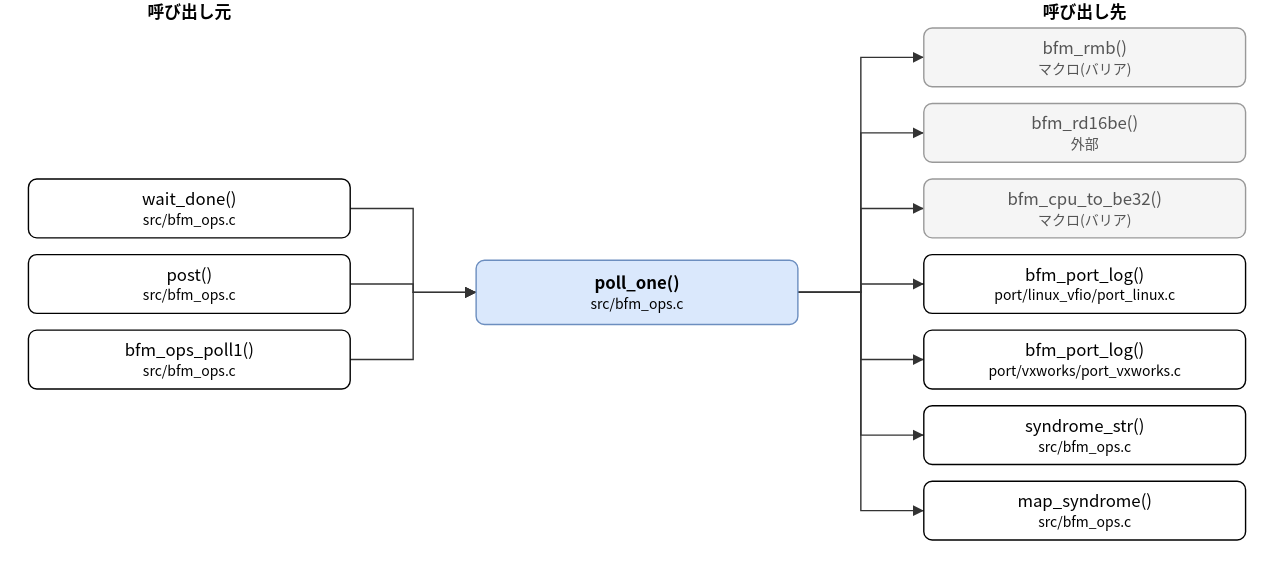
Above: doc/spec/images/call_src_bfm_ops-poll_one.drawio.svg in hf355051012-ai/bfmem (draw.io), before the change. Source tidied: cells renumbered, new cells last; positions are measured from the earlier drawing's top-left corner, leaving out a move shared by most shapes. The source it was exported from:
```xml
<mxGraphModel>
  <root>
    <mxCell id="0" />
    <mxCell id="1" parent="0" />
    <mxCell id="2" value="poll_one()&lt;br&gt;&lt;font style=&quot;font-size:10px&quot;&gt;src/bfm_ops.c&lt;/font&gt;" style="rounded=1;whiteSpace=wrap;html=1;fillColor=#dae8fc;strokeColor=#6c8ebf;fontStyle=1;" parent="1" vertex="1">
      <mxGeometry x="320" y="186" width="230" height="46" as="geometry" />
    </mxCell>
    <mxCell id="3" value="wait_done()&lt;br&gt;&lt;font style=&quot;font-size:10px&quot;&gt;src/bfm_ops.c&lt;/font&gt;" style="rounded=1;whiteSpace=wrap;html=1;" parent="1" vertex="1">
      <mxGeometry y="128" width="230" height="42" as="geometry" />
    </mxCell>
    <mxCell id="4" value="post()&lt;br&gt;&lt;font style=&quot;font-size:10px&quot;&gt;src/bfm_ops.c&lt;/font&gt;" style="rounded=1;whiteSpace=wrap;html=1;" parent="1" vertex="1">
      <mxGeometry y="182" width="230" height="42" as="geometry" />
    </mxCell>
    <mxCell id="5" value="bfm_ops_poll1()&lt;br&gt;&lt;font style=&quot;font-size:10px&quot;&gt;src/bfm_ops.c&lt;/font&gt;" style="rounded=1;whiteSpace=wrap;html=1;" parent="1" vertex="1">
      <mxGeometry y="236" width="230" height="42" as="geometry" />
    </mxCell>
    <mxCell id="6" value="bfm_rmb()&lt;br&gt;&lt;font style=&quot;font-size:10px&quot;&gt;マクロ(バリア)&lt;/font&gt;" style="rounded=1;whiteSpace=wrap;html=1;fillColor=#f5f5f5;strokeColor=#999999;fontColor=#555555;" parent="1" vertex="1">
      <mxGeometry x="640" y="20" width="230" height="42" as="geometry" />
    </mxCell>
    <mxCell id="7" value="bfm_rd16be()&lt;br&gt;&lt;font style=&quot;font-size:10px&quot;&gt;外部&lt;/font&gt;" style="rounded=1;whiteSpace=wrap;html=1;fillColor=#f5f5f5;strokeColor=#999999;fontColor=#555555;" parent="1" vertex="1">
      <mxGeometry x="640" y="74" width="230" height="42" as="geometry" />
    </mxCell>
    <mxCell id="8" value="bfm_cpu_to_be32()&lt;br&gt;&lt;font style=&quot;font-size:10px&quot;&gt;マクロ(バリア)&lt;/font&gt;" style="rounded=1;whiteSpace=wrap;html=1;fillColor=#f5f5f5;strokeColor=#999999;fontColor=#555555;" parent="1" vertex="1">
      <mxGeometry x="640" y="128" width="230" height="42" as="geometry" />
    </mxCell>
    <mxCell id="9" value="bfm_port_log()&lt;br&gt;&lt;font style=&quot;font-size:10px&quot;&gt;port/linux_vfio/port_linux.c&lt;/font&gt;" style="rounded=1;whiteSpace=wrap;html=1;" parent="1" vertex="1">
      <mxGeometry x="640" y="182" width="230" height="42" as="geometry" />
    </mxCell>
    <mxCell id="10" value="bfm_port_log()&lt;br&gt;&lt;font style=&quot;font-size:10px&quot;&gt;port/vxworks/port_vxworks.c&lt;/font&gt;" style="rounded=1;whiteSpace=wrap;html=1;" parent="1" vertex="1">
      <mxGeometry x="640" y="236" width="230" height="42" as="geometry" />
    </mxCell>
    <mxCell id="11" value="syndrome_str()&lt;br&gt;&lt;font style=&quot;font-size:10px&quot;&gt;src/bfm_ops.c&lt;/font&gt;" style="rounded=1;whiteSpace=wrap;html=1;" parent="1" vertex="1">
      <mxGeometry x="640" y="290" width="230" height="42" as="geometry" />
    </mxCell>
    <mxCell id="12" value="map_syndrome()&lt;br&gt;&lt;font style=&quot;font-size:10px&quot;&gt;src/bfm_ops.c&lt;/font&gt;" style="rounded=1;whiteSpace=wrap;html=1;" parent="1" vertex="1">
      <mxGeometry x="640" y="344" width="230" height="42" as="geometry" />
    </mxCell>
    <mxCell id="13" style="edgeStyle=none;html=1;rounded=0;endArrow=block;endFill=1;exitX=1.0000;exitY=0.5000;exitDx=0;exitDy=0;exitPerimeter=0;entryX=0.0000;entryY=0.5000;entryDx=0;entryDy=0;entryPerimeter=0;" parent="1" edge="1" source="3" target="2">
      <mxGeometry relative="1" as="geometry">
        <Array as="points">
          <mxPoint x="275" y="149" />
          <mxPoint x="275" y="209" />
        </Array>
      </mxGeometry>
    </mxCell>
    <mxCell id="14" style="edgeStyle=none;html=1;rounded=0;endArrow=block;endFill=1;exitX=1.0000;exitY=0.5000;exitDx=0;exitDy=0;exitPerimeter=0;entryX=0.0000;entryY=0.5000;entryDx=0;entryDy=0;entryPerimeter=0;" parent="1" edge="1" source="4" target="2">
      <mxGeometry relative="1" as="geometry">
        <Array as="points">
          <mxPoint x="275" y="203" />
          <mxPoint x="275" y="209" />
        </Array>
      </mxGeometry>
    </mxCell>
    <mxCell id="15" style="edgeStyle=none;html=1;rounded=0;endArrow=block;endFill=1;exitX=1.0000;exitY=0.5000;exitDx=0;exitDy=0;exitPerimeter=0;entryX=0.0000;entryY=0.5000;entryDx=0;entryDy=0;entryPerimeter=0;" parent="1" edge="1" source="5" target="2">
      <mxGeometry relative="1" as="geometry">
        <Array as="points">
          <mxPoint x="275" y="257" />
          <mxPoint x="275" y="209" />
        </Array>
      </mxGeometry>
    </mxCell>
    <mxCell id="16" style="edgeStyle=none;html=1;rounded=0;endArrow=block;endFill=1;exitX=1.0000;exitY=0.5000;exitDx=0;exitDy=0;exitPerimeter=0;entryX=0.0000;entryY=0.5000;entryDx=0;entryDy=0;entryPerimeter=0;" parent="1" edge="1" source="2" target="6">
      <mxGeometry relative="1" as="geometry">
        <Array as="points">
          <mxPoint x="595" y="209" />
          <mxPoint x="595" y="41" />
        </Array>
      </mxGeometry>
    </mxCell>
    <mxCell id="17" style="edgeStyle=none;html=1;rounded=0;endArrow=block;endFill=1;exitX=1.0000;exitY=0.5000;exitDx=0;exitDy=0;exitPerimeter=0;entryX=0.0000;entryY=0.5000;entryDx=0;entryDy=0;entryPerimeter=0;" parent="1" edge="1" source="2" target="7">
      <mxGeometry relative="1" as="geometry">
        <Array as="points">
          <mxPoint x="595" y="209" />
          <mxPoint x="595" y="95" />
        </Array>
      </mxGeometry>
    </mxCell>
    <mxCell id="18" style="edgeStyle=none;html=1;rounded=0;endArrow=block;endFill=1;exitX=1.0000;exitY=0.5000;exitDx=0;exitDy=0;exitPerimeter=0;entryX=0.0000;entryY=0.5000;entryDx=0;entryDy=0;entryPerimeter=0;" parent="1" edge="1" source="2" target="8">
      <mxGeometry relative="1" as="geometry">
        <Array as="points">
          <mxPoint x="595" y="209" />
          <mxPoint x="595" y="149" />
        </Array>
      </mxGeometry>
    </mxCell>
    <mxCell id="19" style="edgeStyle=none;html=1;rounded=0;endArrow=block;endFill=1;exitX=1.0000;exitY=0.5000;exitDx=0;exitDy=0;exitPerimeter=0;entryX=0.0000;entryY=0.5000;entryDx=0;entryDy=0;entryPerimeter=0;" parent="1" edge="1" source="2" target="9">
      <mxGeometry relative="1" as="geometry">
        <Array as="points">
          <mxPoint x="595" y="209" />
          <mxPoint x="595" y="203" />
        </Array>
      </mxGeometry>
    </mxCell>
    <mxCell id="20" style="edgeStyle=none;html=1;rounded=0;endArrow=block;endFill=1;exitX=1.0000;exitY=0.5000;exitDx=0;exitDy=0;exitPerimeter=0;entryX=0.0000;entryY=0.5000;entryDx=0;entryDy=0;entryPerimeter=0;" parent="1" edge="1" source="2" target="10">
      <mxGeometry relative="1" as="geometry">
        <Array as="points">
          <mxPoint x="595" y="209" />
          <mxPoint x="595" y="257" />
        </Array>
      </mxGeometry>
    </mxCell>
    <mxCell id="21" style="edgeStyle=none;html=1;rounded=0;endArrow=block;endFill=1;exitX=1.0000;exitY=0.5000;exitDx=0;exitDy=0;exitPerimeter=0;entryX=0.0000;entryY=0.5000;entryDx=0;entryDy=0;entryPerimeter=0;" parent="1" edge="1" source="2" target="11">
      <mxGeometry relative="1" as="geometry">
        <Array as="points">
          <mxPoint x="595" y="209" />
          <mxPoint x="595" y="311" />
        </Array>
      </mxGeometry>
    </mxCell>
    <mxCell id="22" style="edgeStyle=none;html=1;rounded=0;endArrow=block;endFill=1;exitX=1.0000;exitY=0.5000;exitDx=0;exitDy=0;exitPerimeter=0;entryX=0.0000;entryY=0.5000;entryDx=0;entryDy=0;entryPerimeter=0;" parent="1" edge="1" source="2" target="12">
      <mxGeometry relative="1" as="geometry">
        <Array as="points">
          <mxPoint x="595" y="209" />
          <mxPoint x="595" y="365" />
        </Array>
      </mxGeometry>
    </mxCell>
    <mxCell id="23" value="呼び出し元" style="text;html=1;align=center;fontStyle=1;" parent="1" vertex="1">
      <mxGeometry x="35" width="160" height="18" as="geometry" />
    </mxCell>
    <mxCell id="24" value="呼び出し先" style="text;html=1;align=center;fontStyle=1;" parent="1" vertex="1">
      <mxGeometry x="675" width="160" height="18" as="geometry" />
    </mxCell>
  </root>
</mxGraphModel>
```
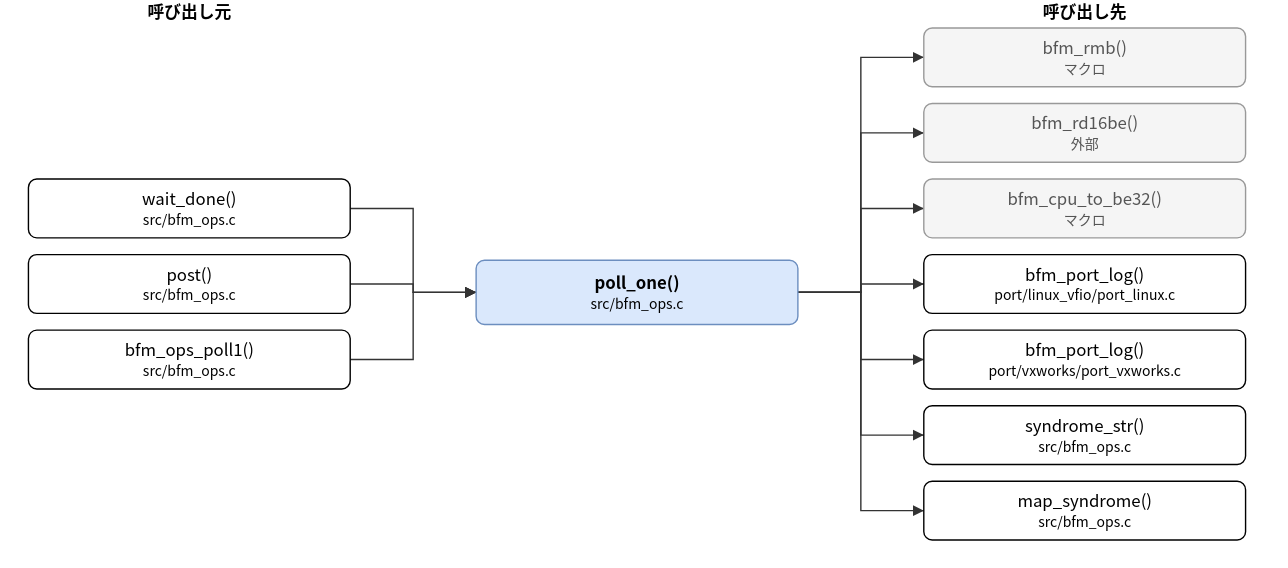
The same diagram one commit later.

Change to the diagram source:
```diff
@@ -14,13 +14,13 @@
     <mxCell id="5" value="bfm_ops_poll1()&lt;br&gt;&lt;font style=&quot;font-size:10px&quot;&gt;src/bfm_ops.c&lt;/font&gt;" style="rounded=1;whiteSpace=wrap;html=1;" parent="1" vertex="1">
       <mxGeometry y="236" width="230" height="42" as="geometry" />
     </mxCell>
-    <mxCell id="6" value="bfm_rmb()&lt;br&gt;&lt;font style=&quot;font-size:10px&quot;&gt;マクロ(バリア)&lt;/font&gt;" style="rounded=1;whiteSpace=wrap;html=1;fillColor=#f5f5f5;strokeColor=#999999;fontColor=#555555;" parent="1" vertex="1">
+    <mxCell id="6" value="bfm_rmb()&lt;br&gt;&lt;font style=&quot;font-size:10px&quot;&gt;マクロ&lt;/font&gt;" style="rounded=1;whiteSpace=wrap;html=1;fillColor=#f5f5f5;strokeColor=#999999;fontColor=#555555;" parent="1" vertex="1">
       <mxGeometry x="640" y="20" width="230" height="42" as="geometry" />
     </mxCell>
     <mxCell id="7" value="bfm_rd16be()&lt;br&gt;&lt;font style=&quot;font-size:10px&quot;&gt;外部&lt;/font&gt;" style="rounded=1;whiteSpace=wrap;html=1;fillColor=#f5f5f5;strokeColor=#999999;fontColor=#555555;" parent="1" vertex="1">
       <mxGeometry x="640" y="74" width="230" height="42" as="geometry" />
     </mxCell>
-    <mxCell id="8" value="bfm_cpu_to_be32()&lt;br&gt;&lt;font style=&quot;font-size:10px&quot;&gt;マクロ(バリア)&lt;/font&gt;" style="rounded=1;whiteSpace=wrap;html=1;fillColor=#f5f5f5;strokeColor=#999999;fontColor=#555555;" parent="1" vertex="1">
+    <mxCell id="8" value="bfm_cpu_to_be32()&lt;br&gt;&lt;font style=&quot;font-size:10px&quot;&gt;マクロ&lt;/font&gt;" style="rounded=1;whiteSpace=wrap;html=1;fillColor=#f5f5f5;strokeColor=#999999;fontColor=#555555;" parent="1" vertex="1">
       <mxGeometry x="640" y="128" width="230" height="42" as="geometry" />
     </mxCell>
     <mxCell id="9" value="bfm_port_log()&lt;br&gt;&lt;font style=&quot;font-size:10px&quot;&gt;port/linux_vfio/port_linux.c&lt;/font&gt;" style="rounded=1;whiteSpace=wrap;html=1;" parent="1" vertex="1">
```
